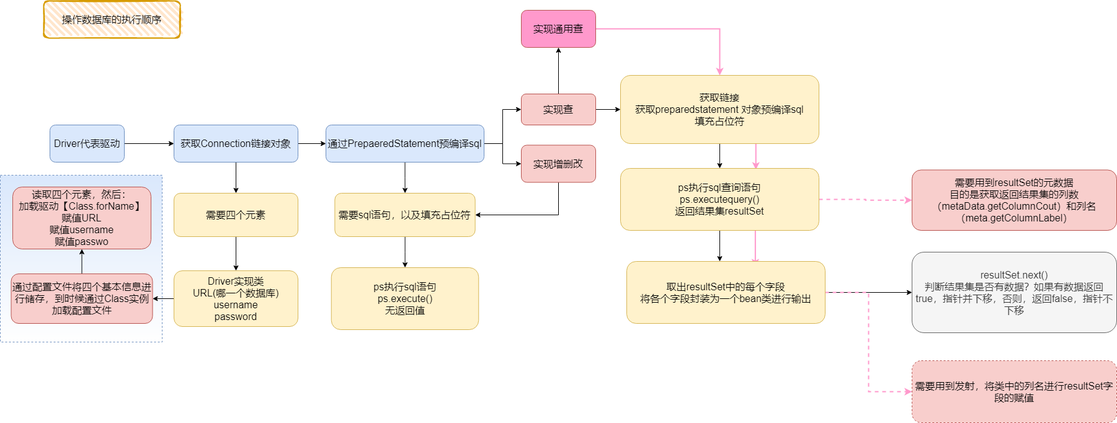
The draw.io diagram Java/JDBC.png in kusuzi/LearnJava, before a commit. Source tidied: cells renumbered, new cells last; positions are measured from the earlier drawing's top-left corner, leaving out a move shared by most shapes.
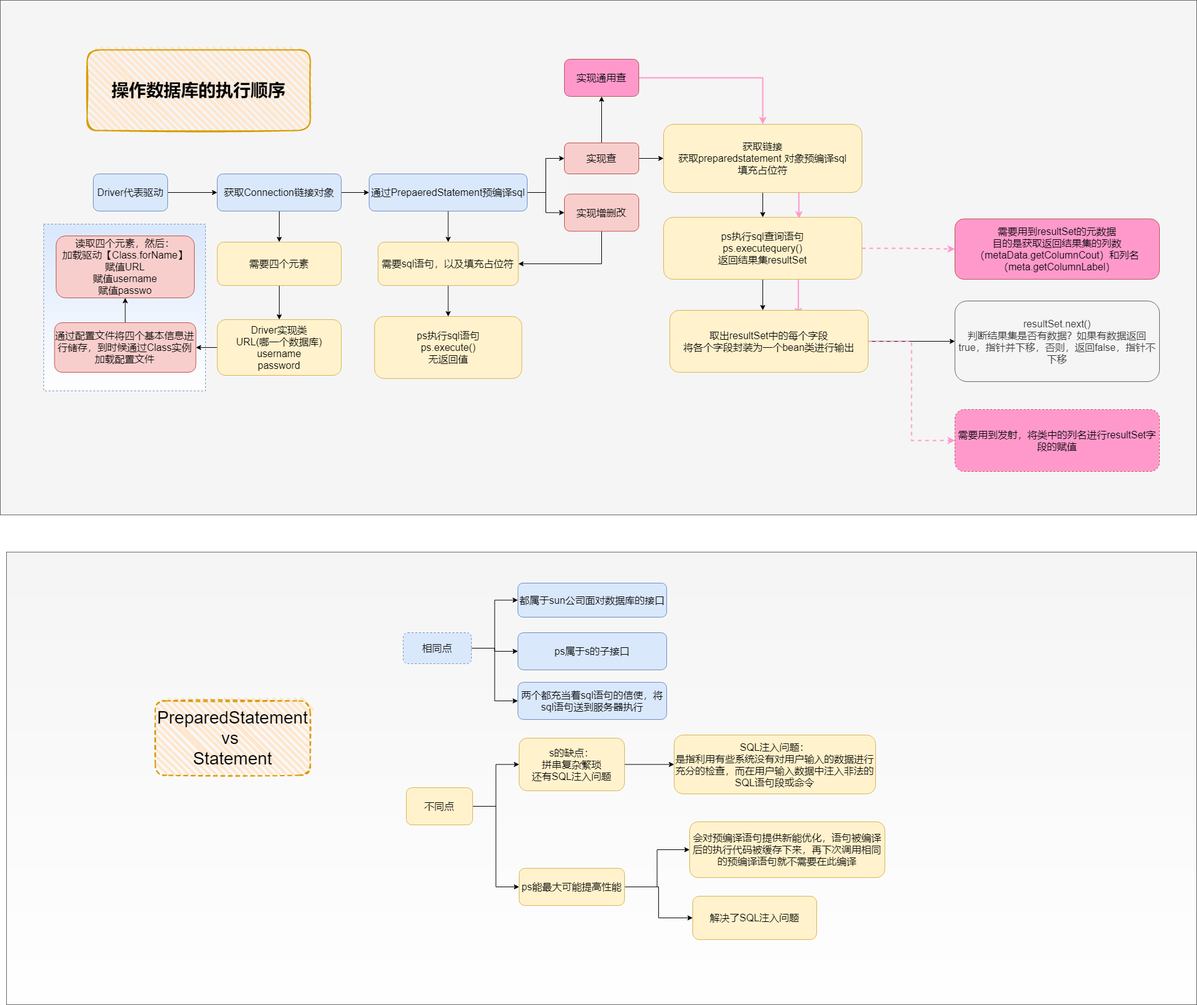
After the change.

The edit, as a diff of the source:
```diff
@@ -2,6 +2,12 @@
   <root>
     <mxCell id="0" />
     <mxCell id="1" parent="0" />
+    <mxCell id="43" style="rounded=0;whiteSpace=wrap;html=1;fontSize=16;strokeColor=#666666;strokeWidth=1;fillColor=#f5f5f5;fontColor=#333333;" parent="1" vertex="1">
+      <mxGeometry x="-70" y="-80" width="1930" height="830" as="geometry" />
+    </mxCell>
+    <mxCell id="44" style="rounded=0;whiteSpace=wrap;html=1;fontSize=16;strokeColor=#666666;strokeWidth=1;fillColor=#f5f5f5;fontColor=#333333;gradientColor=#ffffff;" parent="1" vertex="1">
+      <mxGeometry x="-60" y="810" width="1920" height="730" as="geometry" />
+    </mxCell>
     <mxCell id="2" style="rounded=0;whiteSpace=wrap;html=1;strokeColor=#6c8ebf;fillColor=#dae8fc;gradientColor=#ffffff;dashed=1;fontSize=16;" parent="1" vertex="1">
       <mxGeometry y="281" width="261" height="269" as="geometry" />
     </mxCell>
@@ -11,8 +17,8 @@
     <mxCell id="4" value="Driver代表驱动" style="rounded=1;whiteSpace=wrap;html=1;fillColor=#dae8fc;strokeColor=#6c8ebf;fontSize=16;" parent="1" vertex="1">
       <mxGeometry x="80" y="200" width="120" height="60" as="geometry" />
     </mxCell>
-    <mxCell id="5" value="操作数据库的执行顺序" style="rounded=1;whiteSpace=wrap;html=1;strokeWidth=2;fillWeight=4;hachureGap=8;hachureAngle=45;fillColor=#ffe6cc;sketch=1;strokeColor=#d79b00;fontSize=16;" parent="1" vertex="1">
-      <mxGeometry x="70" width="220" height="60" as="geometry" />
+    <mxCell id="5" value="操作数据库的执行顺序" style="rounded=1;whiteSpace=wrap;html=1;strokeWidth=2;fillWeight=4;hachureGap=8;hachureAngle=45;fillColor=#ffe6cc;sketch=1;strokeColor=#d79b00;fontSize=28;fontStyle=1;" parent="1" vertex="1">
+      <mxGeometry x="70" width="360" height="130" as="geometry" />
     </mxCell>
     <mxCell id="6" style="edgeStyle=orthogonalEdgeStyle;rounded=0;jettySize=auto;html=1;fontSize=16;" parent="1" edge="1" source="8" target="12">
       <mxGeometry relative="1" as="geometry" />
@@ -139,11 +145,68 @@
     <mxCell id="40" value="实现通用查" style="whiteSpace=wrap;html=1;rounded=1;strokeColor=#b85450;fillColor=#FF99CC;fontSize=16;" parent="1" vertex="1">
       <mxGeometry x="840" y="15" width="120" height="60" as="geometry" />
     </mxCell>
-    <mxCell id="41" value="需要用到resultSet的元数据&lt;br style=&quot;font-size: 16px&quot;&gt;目的是获取返回结果集的列数（metaData.getColumnCout）和列名（meta.getColumnLabel）" style="whiteSpace=wrap;html=1;rounded=1;strokeColor=#b85450;fillColor=#f8cecc;fontSize=16;" parent="1" vertex="1">
+    <mxCell id="41" value="需要用到resultSet的元数据&lt;br style=&quot;font-size: 16px&quot;&gt;目的是获取返回结果集的列数（metaData.getColumnCout）和列名（meta.getColumnLabel）" style="whiteSpace=wrap;html=1;rounded=1;strokeColor=#b85450;fontSize=16;fillColor=#FF99CC;" parent="1" vertex="1">
       <mxGeometry x="1470" y="272.5" width="330" height="97.5" as="geometry" />
     </mxCell>
-    <mxCell id="42" value="需要用到发射，将类中的列名进行resultSet字段的赋值" style="rounded=1;whiteSpace=wrap;html=1;dashed=1;strokeColor=#b85450;fillColor=#f8cecc;fontSize=16;" parent="1" vertex="1">
+    <mxCell id="42" value="需要用到发射，将类中的列名进行resultSet字段的赋值" style="rounded=1;whiteSpace=wrap;html=1;dashed=1;strokeColor=#b85450;fontSize=16;fillColor=#FF99CC;" parent="1" vertex="1">
       <mxGeometry x="1470" y="580" width="330" height="100" as="geometry" />
     </mxCell>
+    <mxCell id="45" value="PreparedStatement vs &lt;br&gt;Statement" style="rounded=1;whiteSpace=wrap;html=1;strokeWidth=2;fillWeight=4;hachureGap=8;hachureAngle=45;fillColor=#ffe6cc;sketch=1;dashed=1;fontSize=28;strokeColor=#d79b00;" parent="1" vertex="1">
+      <mxGeometry x="180" y="1050" width="250" height="120" as="geometry" />
+    </mxCell>
+    <mxCell id="46" style="edgeStyle=orthogonalEdgeStyle;rounded=0;jettySize=auto;html=1;entryX=0;entryY=0.5;entryDx=0;entryDy=0;fontSize=16;fontColor=#000000;strokeColor=#000000;strokeWidth=1;" parent="1" edge="1" source="49" target="50">
+      <mxGeometry relative="1" as="geometry" />
+    </mxCell>
+    <mxCell id="47" style="edgeStyle=orthogonalEdgeStyle;rounded=0;jettySize=auto;html=1;entryX=0;entryY=0.5;entryDx=0;entryDy=0;fontSize=16;fontColor=#000000;strokeColor=#000000;strokeWidth=1;" parent="1" edge="1" source="49" target="51">
+      <mxGeometry relative="1" as="geometry" />
+    </mxCell>
+    <mxCell id="48" style="edgeStyle=orthogonalEdgeStyle;rounded=0;jettySize=auto;html=1;entryX=0;entryY=0.5;entryDx=0;entryDy=0;fontSize=16;fontColor=#000000;strokeColor=#000000;strokeWidth=1;" parent="1" edge="1" source="49" target="52">
+      <mxGeometry relative="1" as="geometry" />
+    </mxCell>
+    <mxCell id="49" value="相同点" style="rounded=1;whiteSpace=wrap;html=1;dashed=1;fontSize=16;strokeColor=#6c8ebf;fillColor=#dae8fc;" parent="1" vertex="1">
+      <mxGeometry x="580" y="940" width="110" height="50" as="geometry" />
+    </mxCell>
+    <mxCell id="50" value="都属于sun公司面对数据库的接口" style="whiteSpace=wrap;html=1;rounded=1;fontSize=16;strokeColor=#6c8ebf;fillColor=#dae8fc;strokeWidth=1;" parent="1" vertex="1">
+      <mxGeometry x="765" y="860" width="240" height="55" as="geometry" />
+    </mxCell>
+    <mxCell id="51" value="ps属于s的子接口" style="rounded=1;whiteSpace=wrap;html=1;fontSize=16;strokeColor=#6c8ebf;strokeWidth=1;fillColor=#dae8fc;" parent="1" vertex="1">
+      <mxGeometry x="765" y="940" width="240" height="60" as="geometry" />
+    </mxCell>
+    <mxCell id="52" value="两个都充当着sql语句的信使，将sql语句送到服务器执行" style="rounded=1;whiteSpace=wrap;html=1;fontSize=16;strokeColor=#6c8ebf;strokeWidth=1;fillColor=#dae8fc;" parent="1" vertex="1">
+      <mxGeometry x="765" y="1020" width="240" height="60" as="geometry" />
+    </mxCell>
+    <mxCell id="53" style="edgeStyle=orthogonalEdgeStyle;rounded=0;jettySize=auto;html=1;entryX=0;entryY=0.5;entryDx=0;entryDy=0;fontSize=16;fontColor=#000000;strokeColor=#000000;strokeWidth=1;" parent="1" edge="1" source="55" target="57">
+      <mxGeometry relative="1" as="geometry" />
+    </mxCell>
+    <mxCell id="54" style="edgeStyle=orthogonalEdgeStyle;rounded=0;jettySize=auto;html=1;entryX=0;entryY=0.5;entryDx=0;entryDy=0;fontSize=16;fontColor=#000000;strokeColor=#000000;strokeWidth=1;" parent="1" edge="1" source="55" target="61">
+      <mxGeometry relative="1" as="geometry" />
+    </mxCell>
+    <mxCell id="55" value="不同点" style="whiteSpace=wrap;html=1;rounded=1;fontSize=16;strokeColor=#d6b656;strokeWidth=1;fillColor=#fff2cc;" parent="1" vertex="1">
+      <mxGeometry x="585" y="1190" width="107" height="60" as="geometry" />
+    </mxCell>
+    <mxCell id="56" style="edgeStyle=orthogonalEdgeStyle;rounded=0;jettySize=auto;html=1;fontSize=16;fontColor=#000000;strokeColor=#000000;strokeWidth=1;" parent="1" edge="1" source="57" target="58">
+      <mxGeometry relative="1" as="geometry" />
+    </mxCell>
+    <mxCell id="57" value="s的缺点：&lt;br&gt;拼串复杂繁琐&lt;br&gt;还有SQL注入问题" style="rounded=1;whiteSpace=wrap;html=1;fontSize=16;strokeColor=#d6b656;strokeWidth=1;fillColor=#fff2cc;" parent="1" vertex="1">
+      <mxGeometry x="767" y="1110" width="170" height="85" as="geometry" />
+    </mxCell>
+    <mxCell id="58" value="SQL注入问题：&lt;br&gt;是指利用有些系统没有对用户输入的数据进行充分的检查，而在用户输入数据中注入非法的SQL语句段或命令" style="whiteSpace=wrap;html=1;rounded=1;fontSize=16;strokeColor=#d6b656;strokeWidth=1;fillColor=#fff2cc;" parent="1" vertex="1">
+      <mxGeometry x="1017" y="1105" width="325" height="95" as="geometry" />
+    </mxCell>
+    <mxCell id="59" style="edgeStyle=orthogonalEdgeStyle;rounded=0;jettySize=auto;html=1;fontSize=16;fontColor=#000000;strokeColor=#000000;strokeWidth=1;" parent="1" edge="1" source="61" target="62">
+      <mxGeometry relative="1" as="geometry" />
+    </mxCell>
+    <mxCell id="60" style="edgeStyle=orthogonalEdgeStyle;rounded=0;jettySize=auto;html=1;entryX=0;entryY=0.5;entryDx=0;entryDy=0;fontSize=16;fontColor=#000000;strokeColor=#000000;strokeWidth=1;" parent="1" edge="1" source="61" target="63">
+      <mxGeometry relative="1" as="geometry" />
+    </mxCell>
+    <mxCell id="61" value="ps能最大可能提高性能" style="whiteSpace=wrap;html=1;rounded=1;fontSize=16;strokeColor=#d6b656;strokeWidth=1;fillColor=#fff2cc;" parent="1" vertex="1">
+      <mxGeometry x="767" y="1320" width="170" height="60" as="geometry" />
+    </mxCell>
+    <mxCell id="62" value="会对预编译语句提供新能优化，语句被编译后的执行代码被缓存下来，再下次调用相同的预编译语句就不需要在此编译" style="whiteSpace=wrap;html=1;rounded=1;fontSize=16;strokeColor=#d6b656;strokeWidth=1;fillColor=#fff2cc;" parent="1" vertex="1">
+      <mxGeometry x="1042" y="1245" width="315" height="90" as="geometry" />
+    </mxCell>
+    <mxCell id="63" value="解决了SQL注入问题" style="whiteSpace=wrap;html=1;rounded=1;fontSize=16;strokeColor=#d6b656;strokeWidth=1;fillColor=#fff2cc;" parent="1" vertex="1">
+      <mxGeometry x="1047" y="1365" width="200" height="70" as="geometry" />
+    </mxCell>
   </root>
 </mxGraphModel>
```
